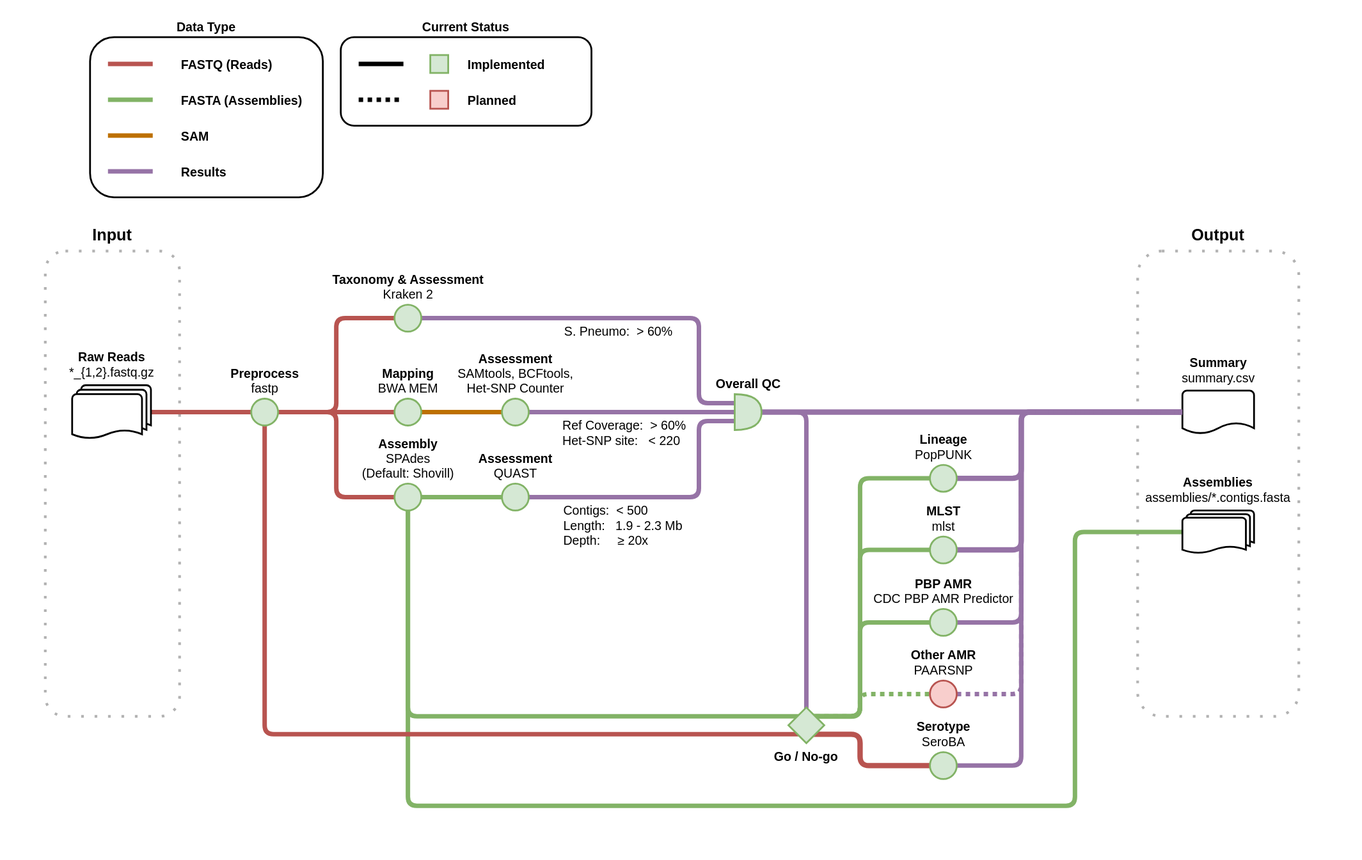
Earlier version of the draw.io export doc/workflow.drawio.svg (sanger-bentley-group/gps-pipeline). Source tidied: cells renumbered, new cells last; positions are measured from the earlier drawing's top-left corner, leaving out a move shared by most shapes.
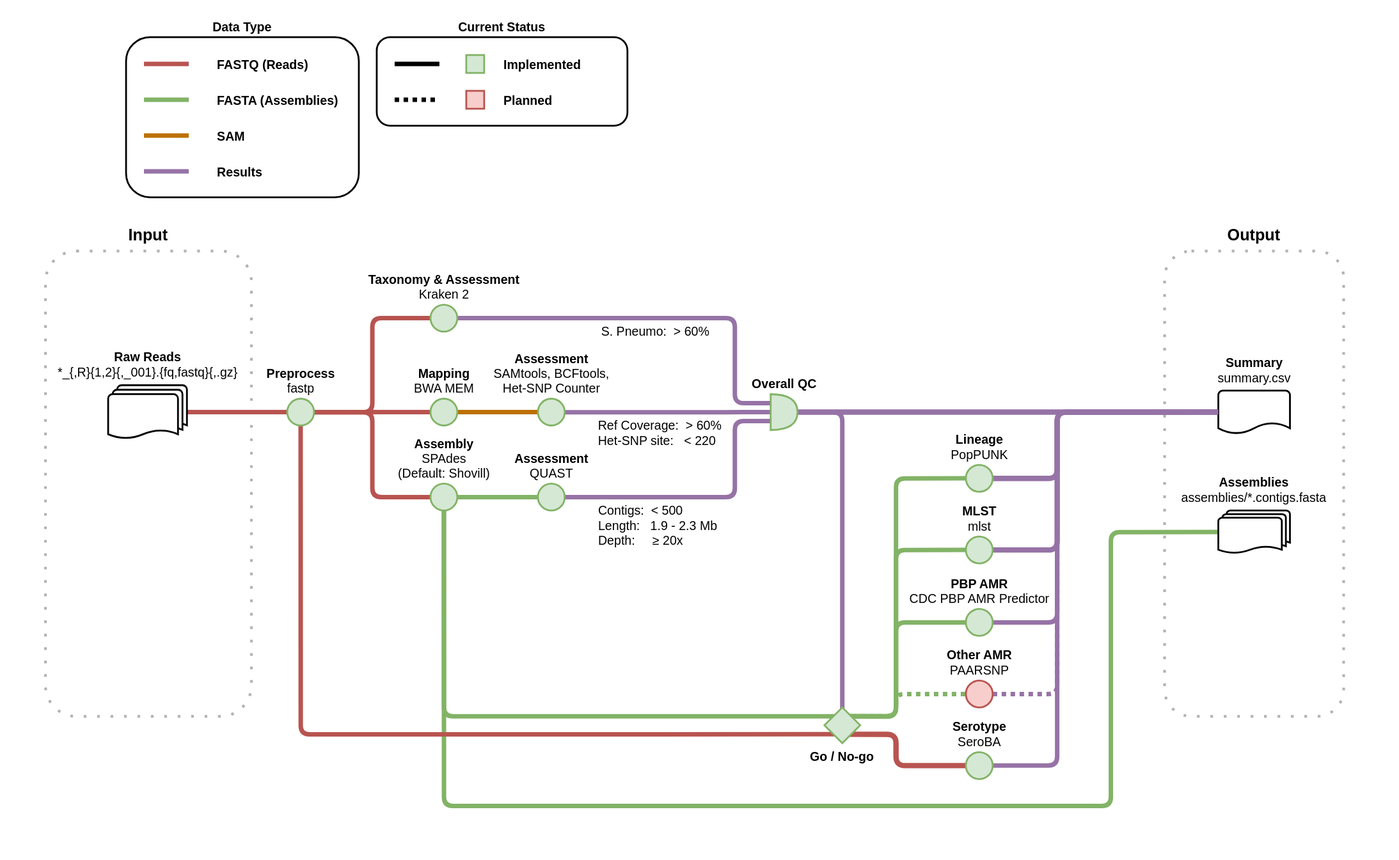
Above is the later version.

Commit message:
Reflect changes on input pattern

Diff of the diagram source:
```diff
@@ -3,13 +3,13 @@
     <mxCell id="0" />
     <mxCell id="1" parent="0" />
     <mxCell id="2" style="rounded=0;whiteSpace=wrap;html=1;strokeColor=none;fillColor=default;fontColor=default;" parent="1" vertex="1">
-      <mxGeometry width="1520" height="960" as="geometry" />
+      <mxGeometry x="-40" width="1560" height="960" as="geometry" />
     </mxCell>
     <mxCell id="3" value="Output" style="rounded=1;strokeColor=#000000;fillColor=none;dashed=1;strokeWidth=3;fontStyle=1;labelPosition=center;verticalLabelPosition=top;align=center;verticalAlign=bottom;fontSize=18;spacing=8;dashPattern=1 4;opacity=30;" parent="1" vertex="1">
-      <mxGeometry x="1270" y="280" width="180" height="520" as="geometry" />
+      <mxGeometry x="1260" y="280" width="200" height="520" as="geometry" />
     </mxCell>
     <mxCell id="4" value="Input" style="rounded=1;strokeColor=#000000;fillColor=none;dashed=1;strokeWidth=3;fontStyle=1;labelPosition=center;verticalLabelPosition=top;align=center;verticalAlign=bottom;fontSize=18;spacing=8;dashPattern=1 4;opacity=30;" parent="1" vertex="1">
-      <mxGeometry x="50" y="280" width="150" height="520" as="geometry" />
+      <mxGeometry x="10" y="280" width="230" height="520" as="geometry" />
     </mxCell>
     <mxCell id="5" value="&lt;b style=&quot;font-size: 14px;&quot;&gt;Current Status&lt;/b&gt;" style="rounded=1;whiteSpace=wrap;html=1;strokeWidth=2;fillColor=none;labelPosition=center;verticalLabelPosition=top;align=center;verticalAlign=bottom;fontSize=14;" parent="1" vertex="1">
       <mxGeometry x="380" y="41" width="280" height="99" as="geometry" />
@@ -20,7 +20,7 @@
     <mxCell id="7" style="edgeStyle=orthogonalEdgeStyle;rounded=1;jettySize=auto;html=1;entryX=0;entryY=0.5;entryDx=0;entryDy=0;endArrow=none;endFill=0;strokeWidth=5;fillColor=#f8cecc;strokeColor=#b85450;" parent="1" edge="1" source="8" target="54">
       <mxGeometry relative="1" as="geometry" />
     </mxCell>
-    <mxCell id="8" value="&lt;b style=&quot;font-size: 14px&quot;&gt;Raw Reads&lt;/b&gt;&lt;br style=&quot;font-size: 14px&quot;&gt;&lt;span class=&quot;pl-s&quot; style=&quot;font-size: 14px&quot;&gt;*_{1,2}.fastq.gz&lt;/span&gt;" style="strokeWidth=2;html=1;shape=mxgraph.flowchart.multi-document;align=center;labelPosition=center;verticalLabelPosition=top;verticalAlign=bottom;rounded=1;spacing=5;fontSize=14;" parent="1" vertex="1">
+    <mxCell id="8" value="&lt;b style=&quot;font-size: 14px&quot;&gt;Raw Reads&lt;/b&gt;&lt;br style=&quot;font-size: 14px&quot;&gt;&lt;span class=&quot;pl-s&quot; style=&quot;font-size: 14px&quot;&gt;*_{,R}{1,2}{,_001}.{fq,fastq}{,.gz}&lt;/span&gt;" style="strokeWidth=2;html=1;shape=mxgraph.flowchart.multi-document;align=center;labelPosition=center;verticalLabelPosition=top;verticalAlign=bottom;rounded=1;spacing=5;fontSize=14;" parent="1" vertex="1">
       <mxGeometry x="80" y="430" width="88" height="60" as="geometry" />
     </mxCell>
     <mxCell id="9" style="edgeStyle=orthogonalEdgeStyle;jettySize=auto;html=1;entryX=0;entryY=0.5;entryDx=0;entryDy=0;strokeWidth=5;startArrow=none;startFill=0;endArrow=none;endFill=0;fillColor=#f8cecc;strokeColor=#b85450;rounded=1;" parent="1" edge="1" source="54" target="49">
```
